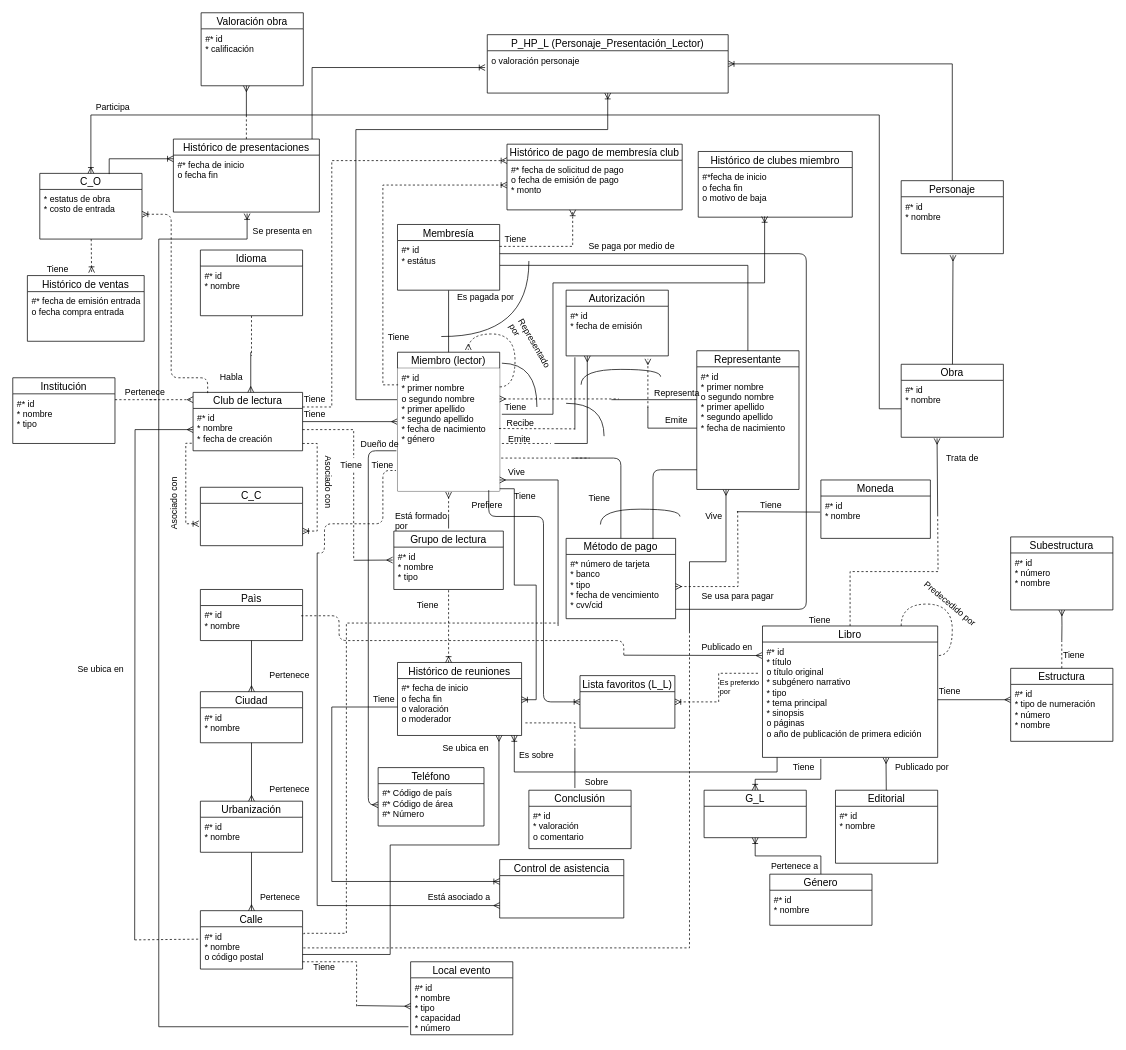
Before: DB I/Hopefully this will be the last ER.drawio in NeutronBlast/IS-Ex, a draw.io diagram. Source tidied: cells renumbered, new cells numbered last; positions are measured from the earlier drawing's top-left corner, leaving out a move shared by most shapes. Both pictures are drawn from the tidied source at 73%, with x=0, y=0 at pixel (12, 12).
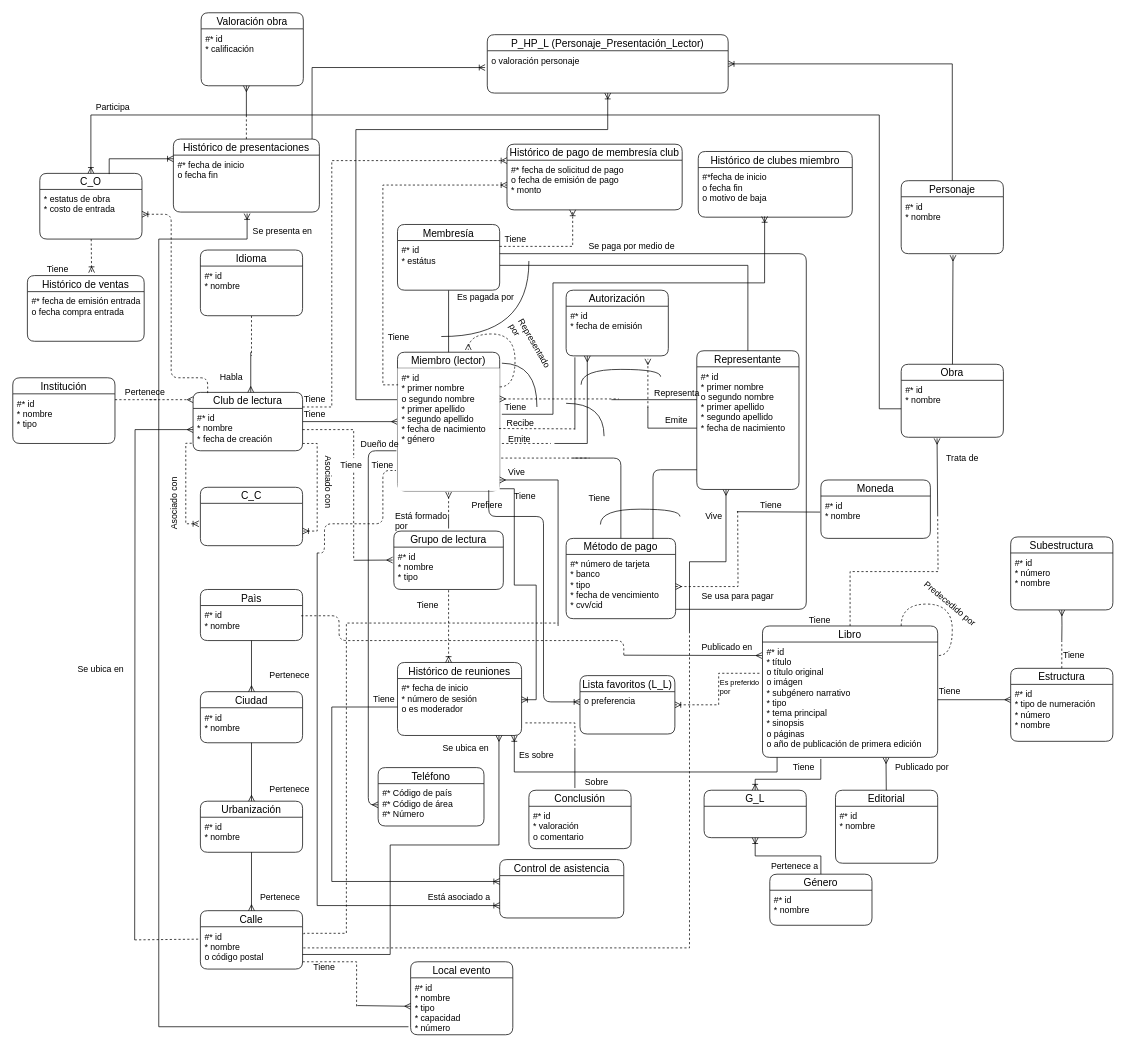
After the change.

The edit, as a diff of the source:
```diff
@@
-    <mxCell id="4" value="Club de lectura" style="swimlane;fontStyle=0;horizontal=1;startSize=22;fillColor=none;swimlaneFillColor=#ffffff;align=center;fontSize=14;" parent="1" vertex="1">
+    <mxCell id="4" value="Club de lectura" style="swimlane;fontStyle=0;horizontal=1;startSize=22;fillColor=none;swimlaneFillColor=#ffffff;align=center;fontSize=14;rounded=1;" parent="1" vertex="1">
       <mxGeometry x="247" y="520" width="150" height="80" as="geometry" />
     </mxCell>
@@
-    <mxCell id="6" value="Paìs" style="swimlane;fontStyle=0;horizontal=1;startSize=22;fillColor=none;swimlaneFillColor=#ffffff;align=center;fontSize=14;" parent="1" vertex="1">
+    <mxCell id="6" value="Paìs" style="swimlane;fontStyle=0;horizontal=1;startSize=22;fillColor=none;swimlaneFillColor=#ffffff;align=center;fontSize=14;rounded=1;" parent="1" vertex="1">
       <mxGeometry x="257" y="790" width="140" height="70" as="geometry" />
     </mxCell>
@@
-    <mxCell id="9" value="Ciudad" style="swimlane;fontStyle=0;horizontal=1;startSize=22;fillColor=none;swimlaneFillColor=#ffffff;align=center;fontSize=14;" parent="1" vertex="1">
+    <mxCell id="9" value="Ciudad" style="swimlane;fontStyle=0;horizontal=1;startSize=22;fillColor=none;swimlaneFillColor=#ffffff;align=center;fontSize=14;rounded=1;" parent="1" vertex="1">
       <mxGeometry x="257" y="930" width="140" height="70" as="geometry" />
     </mxCell>
@@
-    <mxCell id="12" value="Urbanización" style="swimlane;fontStyle=0;horizontal=1;startSize=22;fillColor=none;swimlaneFillColor=#ffffff;align=center;fontSize=14;" parent="1" vertex="1">
+    <mxCell id="12" value="Urbanización" style="swimlane;fontStyle=0;horizontal=1;startSize=22;fillColor=none;swimlaneFillColor=#ffffff;align=center;fontSize=14;rounded=1;" parent="1" vertex="1">
       <mxGeometry x="257" y="1080" width="140" height="70" as="geometry" />
     </mxCell>
@@
-    <mxCell id="15" value="Calle" style="swimlane;fontStyle=0;horizontal=1;startSize=22;fillColor=none;swimlaneFillColor=#ffffff;align=center;fontSize=14;" parent="1" vertex="1">
+    <mxCell id="15" value="Calle" style="swimlane;fontStyle=0;horizontal=1;startSize=22;fillColor=none;swimlaneFillColor=#ffffff;align=center;fontSize=14;rounded=1;" parent="1" vertex="1">
       <mxGeometry x="257" y="1230" width="140" height="80" as="geometry" />
     </mxCell>
-    <mxCell id="16" value="#* id&#10;* nombre&#10;o código postal&#10;" style="text;strokeColor=none;fillColor=none;spacingLeft=4;spacingRight=4;overflow=hidden;points=[[0,0.5],[1,0.5]];portConstraint=eastwest;fontSize=12;" parent="15" vertex="1">
+    <mxCell id="16" value="#* id&#10;* nombre&#10;o código postal&#10;" style="text;strokeColor=none;fillColor=none;spacingLeft=4;spacingRight=4;overflow=hidden;points=[[0,0.5],[1,0.5]];portConstraint=eastwest;fontSize=12;rounded=1;" parent="15" vertex="1">
       <mxGeometry y="22" width="140" height="58" as="geometry" />
     </mxCell>
@@
-    <mxCell id="18" value="Miembro (lector)" style="swimlane;fontStyle=0;horizontal=1;startSize=22;fillColor=none;swimlaneFillColor=#ffffff;align=center;fontSize=14;" parent="1" vertex="1">
+    <mxCell id="18" value="Miembro (lector)" style="swimlane;fontStyle=0;horizontal=1;startSize=22;fillColor=none;swimlaneFillColor=#ffffff;align=center;fontSize=14;rounded=1;" parent="1" vertex="1">
       <mxGeometry x="527" y="465" width="140" height="190" as="geometry" />
     </mxCell>
@@
-    <mxCell id="21" value="Institución" style="swimlane;fontStyle=0;horizontal=1;startSize=22;fillColor=none;swimlaneFillColor=#ffffff;align=center;fontSize=14;" parent="1" vertex="1">
+    <mxCell id="21" value="Institución" style="swimlane;fontStyle=0;horizontal=1;startSize=22;fillColor=none;swimlaneFillColor=#ffffff;align=center;fontSize=14;rounded=1;" parent="1" vertex="1">
       <mxGeometry y="500" width="140" height="90" as="geometry" />
     </mxCell>
@@
-    <mxCell id="26" value="Idioma" style="swimlane;fontStyle=0;horizontal=1;startSize=22;fillColor=none;swimlaneFillColor=#ffffff;align=center;fontSize=14;" parent="1" vertex="1">
+    <mxCell id="26" value="Idioma" style="swimlane;fontStyle=0;horizontal=1;startSize=22;fillColor=none;swimlaneFillColor=#ffffff;align=center;fontSize=14;rounded=1;" parent="1" vertex="1">
       <mxGeometry x="257" y="325" width="140" height="90" as="geometry" />
     </mxCell>
@@
-    <mxCell id="28" value="C_C" style="swimlane;fontStyle=0;horizontal=1;startSize=22;fillColor=none;swimlaneFillColor=#ffffff;align=center;fontSize=14;" parent="1" vertex="1">
+    <mxCell id="28" value="C_C" style="swimlane;fontStyle=0;horizontal=1;startSize=22;fillColor=none;swimlaneFillColor=#ffffff;align=center;fontSize=14;rounded=1;" parent="1" vertex="1">
       <mxGeometry x="257" y="650" width="140" height="80" as="geometry" />
     </mxCell>
@@
-    <mxCell id="33" value="Grupo de lectura" style="swimlane;fontStyle=0;horizontal=1;startSize=22;fillColor=none;swimlaneFillColor=#ffffff;align=center;fontSize=14;" parent="1" vertex="1">
+    <mxCell id="33" value="Grupo de lectura" style="swimlane;fontStyle=0;horizontal=1;startSize=22;fillColor=none;swimlaneFillColor=#ffffff;align=center;fontSize=14;rounded=1;" parent="1" vertex="1">
       <mxGeometry x="522" y="710" width="150" height="80" as="geometry" />
     </mxCell>
@@
-    <mxCell id="39" value="Representante" style="swimlane;fontStyle=0;horizontal=1;startSize=22;fillColor=none;swimlaneFillColor=#ffffff;align=center;fontSize=14;" parent="1" vertex="1">
+    <mxCell id="39" value="Representante" style="swimlane;fontStyle=0;horizontal=1;startSize=22;fillColor=none;swimlaneFillColor=#ffffff;align=center;fontSize=14;rounded=1;" parent="1" vertex="1">
       <mxGeometry x="937" y="463" width="140" height="190" as="geometry" />
     </mxCell>
@@
-    <mxCell id="41" value="Autorización" style="swimlane;fontStyle=0;horizontal=1;startSize=22;fillColor=none;swimlaneFillColor=#ffffff;align=center;fontSize=14;" parent="1" vertex="1">
+    <mxCell id="41" value="Autorización" style="swimlane;fontStyle=0;horizontal=1;startSize=22;fillColor=none;swimlaneFillColor=#ffffff;align=center;fontSize=14;rounded=1;" parent="1" vertex="1">
       <mxGeometry x="758" y="380" width="140" height="90" as="geometry" />
     </mxCell>
@@
-    <mxCell id="47" value="Membresía" style="swimlane;fontStyle=0;horizontal=1;startSize=22;fillColor=none;swimlaneFillColor=#ffffff;align=center;fontSize=14;" parent="1" vertex="1">
+    <mxCell id="47" value="Membresía" style="swimlane;fontStyle=0;horizontal=1;startSize=22;fillColor=none;swimlaneFillColor=#ffffff;align=center;fontSize=14;rounded=1;" parent="1" vertex="1">
       <mxGeometry x="527" y="290" width="140" height="90" as="geometry" />
     </mxCell>
@@
-    <mxCell id="63" value="Histórico de pago de membresía club" style="swimlane;fontStyle=0;horizontal=1;startSize=22;fillColor=none;swimlaneFillColor=#ffffff;align=center;fontSize=14;" parent="1" vertex="1">
+    <mxCell id="63" value="Histórico de pago de membresía club" style="swimlane;fontStyle=0;horizontal=1;startSize=22;fillColor=none;swimlaneFillColor=#ffffff;align=center;fontSize=14;rounded=1;" parent="1" vertex="1">
       <mxGeometry x="677" y="180" width="240" height="90" as="geometry" />
     </mxCell>
@@
-    <mxCell id="72" value="Método de pago" style="swimlane;fontStyle=0;horizontal=1;startSize=22;fillColor=none;swimlaneFillColor=#ffffff;align=center;fontSize=14;" parent="1" vertex="1">
+    <mxCell id="72" value="Método de pago" style="swimlane;fontStyle=0;horizontal=1;startSize=22;fillColor=none;swimlaneFillColor=#ffffff;align=center;fontSize=14;rounded=1;" parent="1" vertex="1">
       <mxGeometry x="758" y="720" width="150" height="110" as="geometry" />
     </mxCell>
@@
-    <mxCell id="84" value="Histórico de reuniones" style="swimlane;fontStyle=0;horizontal=1;startSize=22;fillColor=none;swimlaneFillColor=#ffffff;align=center;fontSize=14;" parent="1" vertex="1">
+    <mxCell id="84" value="Histórico de reuniones" style="swimlane;fontStyle=0;horizontal=1;startSize=22;fillColor=none;swimlaneFillColor=#ffffff;align=center;fontSize=14;rounded=1;" parent="1" vertex="1">
       <mxGeometry x="527" y="890" width="170" height="100" as="geometry" />
     </mxCell>
-    <mxCell id="85" value="#* fecha de inicio&#10;o fecha fin&#10;o valoración&#10;o moderador&#10;" style="text;strokeColor=none;fillColor=none;spacingLeft=4;spacingRight=4;overflow=hidden;points=[[0,0.5],[1,0.5]];portConstraint=eastwest;fontSize=12;" parent="84" vertex="1">
+    <mxCell id="85" value="#* fecha de inicio&#10;* número de sesión&#10;o es moderador&#10;" style="text;strokeColor=none;fillColor=none;spacingLeft=4;spacingRight=4;overflow=hidden;points=[[0,0.5],[1,0.5]];portConstraint=eastwest;fontSize=12;" parent="84" vertex="1">
       <mxGeometry y="22" width="170" height="78" as="geometry" />
     </mxCell>
@@
-    <mxCell id="88" value="Teléfono" style="swimlane;fontStyle=0;horizontal=1;startSize=22;fillColor=none;swimlaneFillColor=#ffffff;align=center;fontSize=14;" parent="1" vertex="1">
+    <mxCell id="88" value="Teléfono" style="swimlane;fontStyle=0;horizontal=1;startSize=22;fillColor=none;swimlaneFillColor=#ffffff;align=center;fontSize=14;rounded=1;" parent="1" vertex="1">
       <mxGeometry x="500.5" y="1034" width="145" height="80" as="geometry" />
     </mxCell>
@@
-    <mxCell id="93" value="Lista favoritos (L_L)" style="swimlane;fontStyle=0;horizontal=1;startSize=22;fillColor=none;swimlaneFillColor=#ffffff;align=center;fontSize=14;" parent="1" vertex="1">
-      <mxGeometry x="777" y="908" width="130" height="72" as="geometry" />
+    <mxCell id="93" value="Lista favoritos (L_L)" style="swimlane;fontStyle=0;horizontal=1;startSize=22;fillColor=none;swimlaneFillColor=#ffffff;align=center;fontSize=14;rounded=1;" parent="1" vertex="1">
+      <mxGeometry x="777" y="908" width="130" height="80" as="geometry" />
     </mxCell>
+    <mxCell id="205" value="o preferencia" style="text;strokeColor=none;fillColor=none;spacingLeft=4;spacingRight=4;overflow=hidden;points=[[0,0.5],[1,0.5]];portConstraint=eastwest;fontSize=12;" parent="93" vertex="1">
+      <mxGeometry y="22" width="130" height="58" as="geometry" />
+    </mxCell>
@@
-    <mxCell id="95" value="Libro" style="swimlane;fontStyle=0;horizontal=1;startSize=22;fillColor=none;swimlaneFillColor=#ffffff;align=center;fontSize=14;" parent="1" vertex="1">
+    <mxCell id="95" value="Libro" style="swimlane;fontStyle=0;horizontal=1;startSize=22;fillColor=none;swimlaneFillColor=#ffffff;align=center;fontSize=14;rounded=1;" parent="1" vertex="1">
       <mxGeometry x="1027" y="840" width="240" height="180" as="geometry" />
     </mxCell>
@@
-    <mxCell id="97" value="#* id&#10;* título&#10;o título original&#10;* subgénero narrativo&#10;* tipo&#10;* tema principal&#10;* sinopsis&#10;o páginas&#10;o año de publicación de primera edición&#10;" style="text;strokeColor=none;fillColor=none;spacingLeft=4;spacingRight=4;overflow=hidden;points=[[0,0.5],[1,0.5]];portConstraint=eastwest;fontSize=12;" parent="95" vertex="1">
+    <mxCell id="97" value="#* id&#10;* título&#10;o título original&#10;o imágen&#10;* subgénero narrativo&#10;* tipo&#10;* tema principal&#10;* sinopsis&#10;o páginas&#10;o año de publicación de primera edición&#10;" style="text;strokeColor=none;fillColor=none;spacingLeft=4;spacingRight=4;overflow=hidden;points=[[0,0.5],[1,0.5]];portConstraint=eastwest;fontSize=12;" parent="95" vertex="1">
       <mxGeometry y="22" width="240" height="158" as="geometry" />
     </mxCell>
-    <mxCell id="98" style="endArrow=none;html=1;strokeColor=#000000;edgeStyle=orthogonalEdgeStyle;exitX=0;exitY=0.5;exitDx=0;exitDy=0;startArrow=ERoneToMany;startFill=0;" parent="1" edge="1" source="93">
+    <mxCell id="98" style="endArrow=none;html=1;strokeColor=#000000;edgeStyle=orthogonalEdgeStyle;startArrow=ERoneToMany;startFill=0;" parent="1" edge="1" source="205">
       <mxGeometry relative="1" as="geometry">
         <mxPoint x="652" y="654" as="targetPoint" />
         <Array as="points">
           <mxPoint x="727" y="944" />
           <mxPoint x="727" y="690" />
           <mxPoint x="652" y="690" />
         </Array>
       </mxGeometry>
     </mxCell>
@@
-    <mxCell id="102" value="Conclusión" style="swimlane;fontStyle=0;horizontal=1;startSize=22;fillColor=none;swimlaneFillColor=#ffffff;align=center;fontSize=14;" parent="1" vertex="1">
+    <mxCell id="102" value="Conclusión" style="swimlane;fontStyle=0;horizontal=1;startSize=22;fillColor=none;swimlaneFillColor=#ffffff;align=center;fontSize=14;rounded=1;" parent="1" vertex="1">
       <mxGeometry x="707" y="1065" width="140" height="80" as="geometry" />
     </mxCell>
@@
-    <mxCell id="105" value="Local evento" style="swimlane;fontStyle=0;horizontal=1;startSize=22;fillColor=none;swimlaneFillColor=#ffffff;align=center;fontSize=14;" parent="1" vertex="1">
+    <mxCell id="105" value="Local evento" style="swimlane;fontStyle=0;horizontal=1;startSize=22;fillColor=none;swimlaneFillColor=#ffffff;align=center;fontSize=14;rounded=1;" parent="1" vertex="1">
       <mxGeometry x="545" y="1300" width="140" height="100" as="geometry" />
     </mxCell>
@@
-    <mxCell id="112" value="Editorial" style="swimlane;fontStyle=0;horizontal=1;startSize=22;fillColor=none;swimlaneFillColor=#ffffff;align=center;fontSize=14;" parent="1" vertex="1">
+    <mxCell id="112" value="Editorial" style="swimlane;fontStyle=0;horizontal=1;startSize=22;fillColor=none;swimlaneFillColor=#ffffff;align=center;fontSize=14;rounded=1;" parent="1" vertex="1">
       <mxGeometry x="1127" y="1065" width="140" height="100" as="geometry" />
     </mxCell>
@@
-    <mxCell id="115" value="G_L" style="swimlane;fontStyle=0;horizontal=1;startSize=22;fillColor=none;swimlaneFillColor=#ffffff;align=center;fontSize=14;" parent="1" vertex="1">
+    <mxCell id="115" value="G_L" style="swimlane;fontStyle=0;horizontal=1;startSize=22;fillColor=none;swimlaneFillColor=#ffffff;align=center;fontSize=14;rounded=1;" parent="1" vertex="1">
       <mxGeometry x="947" y="1065" width="140" height="65" as="geometry" />
     </mxCell>
@@
-    <mxCell id="117" value="Género" style="swimlane;fontStyle=0;horizontal=1;startSize=22;fillColor=none;swimlaneFillColor=#ffffff;align=center;fontSize=14;" parent="1" vertex="1">
+    <mxCell id="117" value="Género" style="swimlane;fontStyle=0;horizontal=1;startSize=22;fillColor=none;swimlaneFillColor=#ffffff;align=center;fontSize=14;rounded=1;" parent="1" vertex="1">
       <mxGeometry x="1037" y="1180" width="140" height="70" as="geometry" />
     </mxCell>
@@
-    <mxCell id="126" value="Estructura" style="swimlane;fontStyle=0;horizontal=1;startSize=22;fillColor=none;swimlaneFillColor=#ffffff;align=center;fontSize=14;" parent="1" vertex="1">
+    <mxCell id="126" value="Estructura" style="swimlane;fontStyle=0;horizontal=1;startSize=22;fillColor=none;swimlaneFillColor=#ffffff;align=center;fontSize=14;rounded=1;" parent="1" vertex="1">
       <mxGeometry x="1367" y="898" width="140" height="100" as="geometry" />
     </mxCell>
@@
-    <mxCell id="128" value="Subestructura" style="swimlane;fontStyle=0;horizontal=1;startSize=22;fillColor=none;swimlaneFillColor=#ffffff;align=center;fontSize=14;" parent="1" vertex="1">
+    <mxCell id="128" value="Subestructura" style="swimlane;fontStyle=0;horizontal=1;startSize=22;fillColor=none;swimlaneFillColor=#ffffff;align=center;fontSize=14;rounded=1;" parent="1" vertex="1">
       <mxGeometry x="1367" y="718" width="140" height="100" as="geometry" />
     </mxCell>
@@
-    <mxCell id="135" value="Moneda" style="swimlane;fontStyle=0;horizontal=1;startSize=22;fillColor=none;swimlaneFillColor=#ffffff;align=center;fontSize=14;" parent="1" vertex="1">
+    <mxCell id="135" value="Moneda" style="swimlane;fontStyle=0;horizontal=1;startSize=22;fillColor=none;swimlaneFillColor=#ffffff;align=center;fontSize=14;rounded=1;" parent="1" vertex="1">
       <mxGeometry x="1107" y="640" width="150" height="80" as="geometry" />
     </mxCell>
@@
-    <mxCell id="141" value="Obra" style="swimlane;fontStyle=0;horizontal=1;startSize=22;fillColor=none;swimlaneFillColor=#ffffff;align=center;fontSize=14;" parent="1" vertex="1">
+    <mxCell id="141" value="Obra" style="swimlane;fontStyle=0;horizontal=1;startSize=22;fillColor=none;swimlaneFillColor=#ffffff;align=center;fontSize=14;rounded=1;" parent="1" vertex="1">
       <mxGeometry x="1217" y="481.5" width="140" height="100" as="geometry" />
     </mxCell>
@@
-    <mxCell id="146" value="Personaje" style="swimlane;fontStyle=0;horizontal=1;startSize=22;fillColor=none;swimlaneFillColor=#ffffff;align=center;fontSize=14;" parent="1" vertex="1">
+    <mxCell id="146" value="Personaje" style="swimlane;fontStyle=0;horizontal=1;startSize=22;fillColor=none;swimlaneFillColor=#ffffff;align=center;fontSize=14;rounded=1;" parent="1" vertex="1">
       <mxGeometry x="1217" y="230" width="140" height="100" as="geometry" />
     </mxCell>
@@
-    <mxCell id="150" value="Valoración obra" style="swimlane;fontStyle=0;horizontal=1;startSize=22;fillColor=none;swimlaneFillColor=#ffffff;align=center;fontSize=14;" parent="1" vertex="1">
+    <mxCell id="150" value="Valoración obra" style="swimlane;fontStyle=0;horizontal=1;startSize=22;fillColor=none;swimlaneFillColor=#ffffff;align=center;fontSize=14;rounded=1;" parent="1" vertex="1">
       <mxGeometry x="258" width="140" height="100" as="geometry" />
     </mxCell>
@@
-    <mxCell id="153" value="C_O" style="swimlane;fontStyle=0;horizontal=1;startSize=22;fillColor=none;swimlaneFillColor=#ffffff;align=center;fontSize=14;" parent="1" vertex="1">
+    <mxCell id="153" value="C_O" style="swimlane;fontStyle=0;horizontal=1;startSize=22;fillColor=none;swimlaneFillColor=#ffffff;align=center;fontSize=14;rounded=1;" parent="1" vertex="1">
       <mxGeometry x="37" y="220" width="140" height="90" as="geometry" />
     </mxCell>
@@
-    <mxCell id="157" value="Histórico de ventas" style="swimlane;fontStyle=0;horizontal=1;startSize=22;fillColor=none;swimlaneFillColor=#ffffff;align=center;fontSize=14;" parent="1" vertex="1">
+    <mxCell id="157" value="Histórico de ventas" style="swimlane;fontStyle=0;horizontal=1;startSize=22;fillColor=none;swimlaneFillColor=#ffffff;align=center;fontSize=14;rounded=1;" parent="1" vertex="1">
       <mxGeometry x="20" y="360" width="160" height="90" as="geometry" />
     </mxCell>
@@
-    <mxCell id="161" value="Control de asistencia" style="swimlane;fontStyle=0;horizontal=1;startSize=22;fillColor=none;swimlaneFillColor=#ffffff;align=center;fontSize=14;" parent="1" vertex="1">
+    <mxCell id="161" value="Control de asistencia" style="swimlane;fontStyle=0;horizontal=1;startSize=22;fillColor=none;swimlaneFillColor=#ffffff;align=center;fontSize=14;rounded=1;" parent="1" vertex="1">
       <mxGeometry x="667" y="1160" width="170" height="80" as="geometry" />
     </mxCell>
@@
-    <mxCell id="164" style="edgeStyle=orthogonalEdgeStyle;rounded=0;orthogonalLoop=1;jettySize=auto;html=1;endArrow=none;endFill=0;startArrow=ERmany;startFill=0;" parent="1" edge="1">
+    <mxCell id="164" style="edgeStyle=orthogonalEdgeStyle;rounded=0;orthogonalLoop=1;jettySize=auto;html=1;endArrow=none;endFill=0;startArrow=ERoneToMany;startFill=0;" parent="1" edge="1">
       <mxGeometry relative="1" as="geometry">
         <mxPoint x="667" y="1223" as="sourcePoint" />
         <mxPoint x="417" y="740" as="targetPoint" />
         <Array as="points">
           <mxPoint x="417" y="1223" />
           <mxPoint x="417" y="740" />
         </Array>
       </mxGeometry>
     </mxCell>
@@
-    <mxCell id="175" value="Histórico de presentaciones" style="swimlane;fontStyle=0;horizontal=1;startSize=22;fillColor=none;swimlaneFillColor=#ffffff;align=center;fontSize=14;" parent="1" vertex="1">
+    <mxCell id="175" value="Histórico de presentaciones" style="swimlane;fontStyle=0;horizontal=1;startSize=22;fillColor=none;swimlaneFillColor=#ffffff;align=center;fontSize=14;rounded=1;" parent="1" vertex="1">
       <mxGeometry x="220" y="173" width="200" height="100" as="geometry" />
     </mxCell>
@@
-    <mxCell id="183" value="P_HP_L (Personaje_Presentación_Lector)" style="swimlane;fontStyle=0;horizontal=1;startSize=22;fillColor=none;swimlaneFillColor=#ffffff;align=center;fontSize=14;" parent="1" vertex="1">
+    <mxCell id="183" value="P_HP_L (Personaje_Presentación_Lector)" style="swimlane;fontStyle=0;horizontal=1;startSize=22;fillColor=none;swimlaneFillColor=#ffffff;align=center;fontSize=14;rounded=1;" parent="1" vertex="1">
       <mxGeometry x="650" y="30" width="330" height="80" as="geometry" />
     </mxCell>
@@
-    <mxCell id="186" value="Histórico de clubes miembro" style="swimlane;fontStyle=0;horizontal=1;startSize=22;fillColor=none;swimlaneFillColor=#ffffff;align=center;fontSize=14;" parent="1" vertex="1">
+    <mxCell id="186" value="Histórico de clubes miembro" style="swimlane;fontStyle=0;horizontal=1;startSize=22;fillColor=none;swimlaneFillColor=#ffffff;align=center;fontSize=14;rounded=1;" parent="1" vertex="1">
       <mxGeometry x="939" y="190" width="211" height="90" as="geometry" />
     </mxCell>
```
